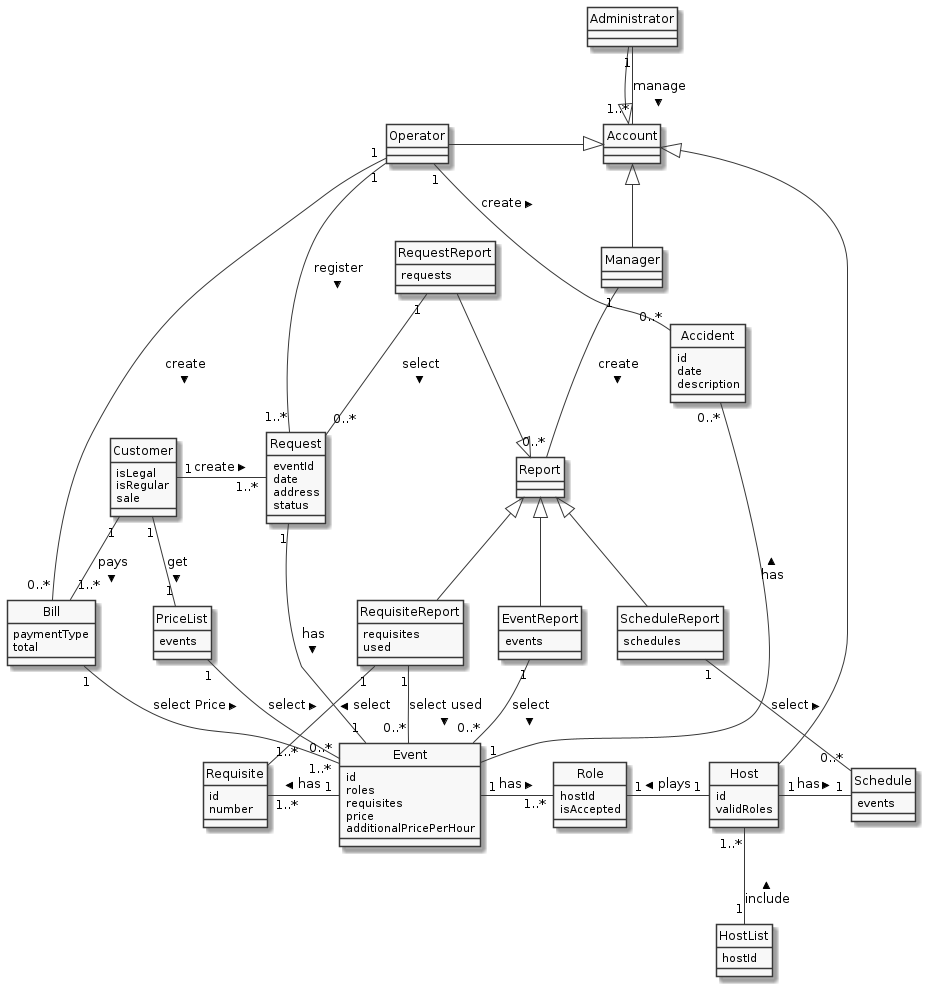
Above: domain-diagram.png in olegische/test-task-prolator (PlantUML), before the change.
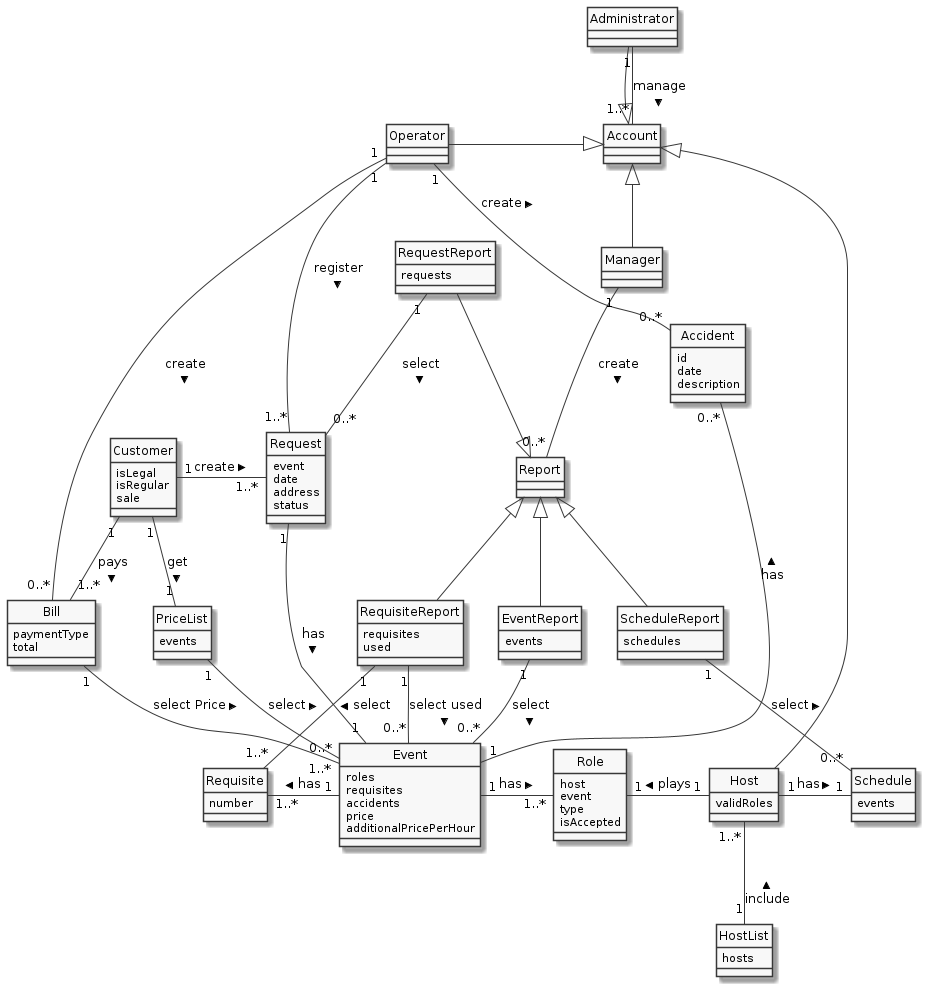
After the change.

Commit message:
use case created

The edit, as a diff of the source:
```diff
@@ -6,15 +6,15 @@
 hide circle
 
 class "$Req" as Req {
-  eventId
+  event
   date
   address
   status
 }
 class "$Evn" as Evn {
-  id
   roles
   requisites
+  accidents
   price
   additionalPricePerHour
 }
@@ -31,19 +31,19 @@
   total
 }
 class "$Rl" as Rl {
-  hostId
+  host
+  event
+  type
   isAccepted
 }
 class "$Rst" as Rst {
-  id
   number
 }
 class "$Hst" as Hst {
-  id
   validRoles
 }
 class "$HstLst" as HstLst {
-  hostId
+  hosts
 }
 class "$Sch" as Sch {
   events
```
